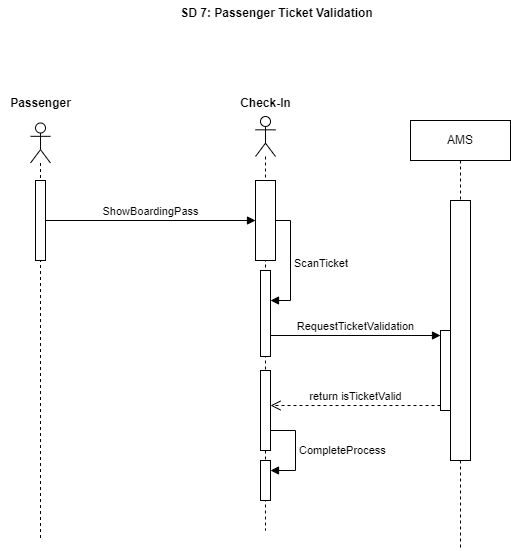
This is Diagramms/Sequence Diagrams/SD_7.drawio.png from Smr002/Group01_Airport_Management_System, a draw.io export, as it was before one commit. Source tidied: cells renumbered, new cells last; positions are measured from the earlier drawing's top-left corner, leaving out a move shared by most shapes. The source it was exported from:
```xml
<mxGraphModel>
  <root>
    <mxCell id="0" />
    <mxCell id="1" parent="0" />
    <mxCell id="2" value="AMS" style="shape=umlLifeline;perimeter=lifelinePerimeter;whiteSpace=wrap;html=1;newEdgeStyle={&quot;curved&quot;:0,&quot;rounded&quot;:0};" parent="1" vertex="1">
      <mxGeometry x="410" y="120" width="100" height="430" as="geometry" />
    </mxCell>
    <mxCell id="3" style="html=1;points=[[0,0,0,0,5],[0,1,0,0,-5],[1,0,0,0,5],[1,1,0,0,-5]];perimeter=orthogonalPerimeter;outlineConnect=0;targetShapes=umlLifeline;portConstraint=eastwest;newEdgeStyle={&quot;curved&quot;:0,&quot;rounded&quot;:0};" parent="2" vertex="1">
      <mxGeometry x="30" y="210" width="10" height="80" as="geometry" />
    </mxCell>
    <mxCell id="4" style="html=1;perimeter=orthogonalPerimeter;targetShapes=umlLifeline;newEdgeStyle={&quot;curved&quot;:0,&quot;rounded&quot;:0};" parent="1" vertex="1">
      <mxGeometry x="450" y="200" width="20" height="260" as="geometry" />
    </mxCell>
    <mxCell id="5" style="shape=umlLifeline;perimeter=lifelinePerimeter;whiteSpace=wrap;html=1;newEdgeStyle={&quot;curved&quot;:0,&quot;rounded&quot;:0};participant=umlActor;" parent="1" vertex="1">
      <mxGeometry x="30" y="122.5" width="20" height="415" as="geometry" />
    </mxCell>
    <mxCell id="6" style="html=1;points=[[0,0,0,0,5],[0,1,0,0,-5],[1,0,0,0,5],[1,1,0,0,-5]];perimeter=orthogonalPerimeter;outlineConnect=0;targetShapes=umlLifeline;portConstraint=eastwest;newEdgeStyle={&quot;curved&quot;:0,&quot;rounded&quot;:0};" parent="5" vertex="1">
      <mxGeometry x="5" y="57.5" width="10" height="80" as="geometry" />
    </mxCell>
    <mxCell id="7" value="Passenger" style="text;align=center;fontStyle=1;verticalAlign=middle;spacingLeft=3;spacingRight=3;strokeColor=none;html=1;" parent="1" vertex="1">
      <mxGeometry y="90" width="80" height="26" as="geometry" />
    </mxCell>
    <mxCell id="8" style="shape=umlLifeline;perimeter=lifelinePerimeter;whiteSpace=wrap;html=1;newEdgeStyle={&quot;curved&quot;:0,&quot;rounded&quot;:0};participant=umlActor;" parent="1" vertex="1">
      <mxGeometry x="255" y="116" width="20" height="414" as="geometry" />
    </mxCell>
    <mxCell id="9" style="html=1;points=[[0,0,0,0,5],[0,1,0,0,-5],[1,0,0,0,5],[1,1,0,0,-5]];perimeter=orthogonalPerimeter;outlineConnect=0;targetShapes=umlLifeline;portConstraint=eastwest;newEdgeStyle={&quot;curved&quot;:0,&quot;rounded&quot;:0};" parent="8" vertex="1">
      <mxGeometry y="64" width="20" height="80" as="geometry" />
    </mxCell>
    <mxCell id="10" style="html=1;points=[[0,0,0,0,5],[0,1,0,0,-5],[1,0,0,0,5],[1,1,0,0,-5]];perimeter=orthogonalPerimeter;outlineConnect=0;targetShapes=umlLifeline;portConstraint=eastwest;newEdgeStyle={&quot;curved&quot;:0,&quot;rounded&quot;:0};" parent="8" vertex="1">
      <mxGeometry x="5" y="154" width="10" height="86" as="geometry" />
    </mxCell>
    <mxCell id="11" value="ScanTicket" style="html=1;align=left;spacingLeft=2;endArrow=block;rounded=0;edgeStyle=orthogonalEdgeStyle;curved=0;rounded=0;" parent="8" edge="1" source="9" target="10">
      <mxGeometry relative="1" as="geometry">
        <Array as="points">
          <mxPoint x="35" y="104" />
          <mxPoint x="35" y="184" />
        </Array>
      </mxGeometry>
    </mxCell>
    <mxCell id="12" style="html=1;points=[[0,0,0,0,5],[0,1,0,0,-5],[1,0,0,0,5],[1,1,0,0,-5]];perimeter=orthogonalPerimeter;outlineConnect=0;targetShapes=umlLifeline;portConstraint=eastwest;newEdgeStyle={&quot;curved&quot;:0,&quot;rounded&quot;:0};" parent="8" vertex="1">
      <mxGeometry x="5" y="254" width="10" height="80" as="geometry" />
    </mxCell>
    <mxCell id="13" style="html=1;points=[[0,0,0,0,5],[0,1,0,0,-5],[1,0,0,0,5],[1,1,0,0,-5]];perimeter=orthogonalPerimeter;outlineConnect=0;targetShapes=umlLifeline;portConstraint=eastwest;newEdgeStyle={&quot;curved&quot;:0,&quot;rounded&quot;:0};" parent="8" vertex="1">
      <mxGeometry x="5" y="344" width="10" height="40" as="geometry" />
    </mxCell>
    <mxCell id="14" value="CompleteProcess" style="html=1;align=left;spacingLeft=2;endArrow=block;rounded=0;edgeStyle=orthogonalEdgeStyle;curved=0;rounded=0;" parent="8" edge="1" source="12" target="13">
      <mxGeometry relative="1" as="geometry">
        <Array as="points">
          <mxPoint x="40" y="314" />
          <mxPoint x="40" y="354" />
        </Array>
      </mxGeometry>
    </mxCell>
    <mxCell id="15" value="Check-In" style="text;align=center;fontStyle=1;verticalAlign=middle;spacingLeft=3;spacingRight=3;strokeColor=none;html=1;" parent="1" vertex="1">
      <mxGeometry x="225" y="90" width="80" height="26" as="geometry" />
    </mxCell>
    <mxCell id="16" value="ShowBoardingPass" style="html=1;verticalAlign=bottom;endArrow=block;curved=0;rounded=0;" parent="1" edge="1" source="6" target="9">
      <mxGeometry relative="1" as="geometry" />
    </mxCell>
    <mxCell id="17" value="RequestTicketValidation" style="html=1;verticalAlign=bottom;endArrow=block;curved=0;rounded=0;entryX=0;entryY=0;entryDx=0;entryDy=5;" parent="1" edge="1" source="10" target="3">
      <mxGeometry relative="1" as="geometry" />
    </mxCell>
    <mxCell id="18" value="return isTicketValid" style="html=1;verticalAlign=bottom;endArrow=open;dashed=1;endSize=8;curved=0;rounded=0;exitX=0;exitY=1;exitDx=0;exitDy=-5;" parent="1" edge="1" source="3" target="12">
      <mxGeometry relative="1" as="geometry" />
    </mxCell>
    <mxCell id="19" value="SD 7: Passenger Ticket Validation" style="text;align=center;fontStyle=1;verticalAlign=middle;spacingLeft=3;spacingRight=3;strokeColor=none;html=1;" parent="1" vertex="1">
      <mxGeometry x="173" width="205" height="26" as="geometry" />
    </mxCell>
  </root>
</mxGraphModel>
```
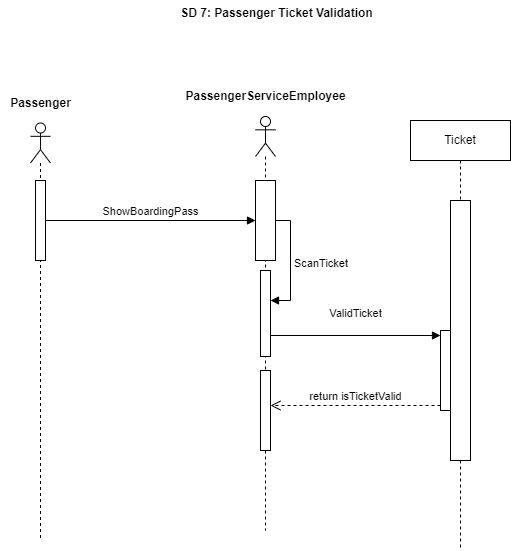
The same diagram one commit later.

What changed in the source:
```diff
@@ -2,7 +2,7 @@
   <root>
     <mxCell id="0" />
     <mxCell id="1" parent="0" />
-    <mxCell id="2" value="AMS" style="shape=umlLifeline;perimeter=lifelinePerimeter;whiteSpace=wrap;html=1;newEdgeStyle={&quot;curved&quot;:0,&quot;rounded&quot;:0};" parent="1" vertex="1">
+    <mxCell id="2" value="Ticket" style="shape=umlLifeline;perimeter=lifelinePerimeter;whiteSpace=wrap;html=1;newEdgeStyle={&quot;curved&quot;:0,&quot;rounded&quot;:0};" parent="1" vertex="1">
       <mxGeometry x="410" y="120" width="100" height="430" as="geometry" />
     </mxCell>
     <mxCell id="3" style="html=1;points=[[0,0,0,0,5],[0,1,0,0,-5],[1,0,0,0,5],[1,1,0,0,-5]];perimeter=orthogonalPerimeter;outlineConnect=0;targetShapes=umlLifeline;portConstraint=eastwest;newEdgeStyle={&quot;curved&quot;:0,&quot;rounded&quot;:0};" parent="2" vertex="1">
@@ -40,24 +40,13 @@
     <mxCell id="12" style="html=1;points=[[0,0,0,0,5],[0,1,0,0,-5],[1,0,0,0,5],[1,1,0,0,-5]];perimeter=orthogonalPerimeter;outlineConnect=0;targetShapes=umlLifeline;portConstraint=eastwest;newEdgeStyle={&quot;curved&quot;:0,&quot;rounded&quot;:0};" parent="8" vertex="1">
       <mxGeometry x="5" y="254" width="10" height="80" as="geometry" />
     </mxCell>
-    <mxCell id="13" style="html=1;points=[[0,0,0,0,5],[0,1,0,0,-5],[1,0,0,0,5],[1,1,0,0,-5]];perimeter=orthogonalPerimeter;outlineConnect=0;targetShapes=umlLifeline;portConstraint=eastwest;newEdgeStyle={&quot;curved&quot;:0,&quot;rounded&quot;:0};" parent="8" vertex="1">
-      <mxGeometry x="5" y="344" width="10" height="40" as="geometry" />
-    </mxCell>
-    <mxCell id="14" value="CompleteProcess" style="html=1;align=left;spacingLeft=2;endArrow=block;rounded=0;edgeStyle=orthogonalEdgeStyle;curved=0;rounded=0;" parent="8" edge="1" source="12" target="13">
-      <mxGeometry relative="1" as="geometry">
-        <Array as="points">
-          <mxPoint x="40" y="314" />
-          <mxPoint x="40" y="354" />
-        </Array>
-      </mxGeometry>
-    </mxCell>
-    <mxCell id="15" value="Check-In" style="text;align=center;fontStyle=1;verticalAlign=middle;spacingLeft=3;spacingRight=3;strokeColor=none;html=1;" parent="1" vertex="1">
+    <mxCell id="15" value="PassengerServiceEmployee&lt;div&gt;&lt;br&gt;&lt;/div&gt;" style="text;align=center;fontStyle=1;verticalAlign=middle;spacingLeft=3;spacingRight=3;strokeColor=none;html=1;" parent="1" vertex="1">
       <mxGeometry x="225" y="90" width="80" height="26" as="geometry" />
     </mxCell>
     <mxCell id="16" value="ShowBoardingPass" style="html=1;verticalAlign=bottom;endArrow=block;curved=0;rounded=0;" parent="1" edge="1" source="6" target="9">
       <mxGeometry relative="1" as="geometry" />
     </mxCell>
-    <mxCell id="17" value="RequestTicketValidation" style="html=1;verticalAlign=bottom;endArrow=block;curved=0;rounded=0;entryX=0;entryY=0;entryDx=0;entryDy=5;" parent="1" edge="1" source="10" target="3">
+    <mxCell id="17" value="ValidTicket&lt;div&gt;&lt;br&gt;&lt;/div&gt;" style="html=1;verticalAlign=bottom;endArrow=block;curved=0;rounded=0;entryX=0;entryY=0;entryDx=0;entryDy=5;" parent="1" edge="1" source="10" target="3">
       <mxGeometry relative="1" as="geometry" />
     </mxCell>
     <mxCell id="18" value="return isTicketValid" style="html=1;verticalAlign=bottom;endArrow=open;dashed=1;endSize=8;curved=0;rounded=0;exitX=0;exitY=1;exitDx=0;exitDy=-5;" parent="1" edge="1" source="3" target="12">
```
